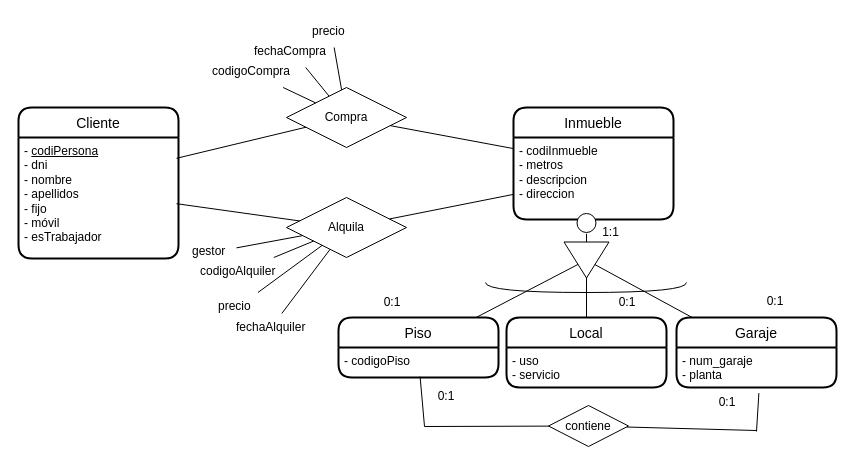
Above: ex18.drawio in JuanMarinG/TA12_MYSQL (draw.io), before the change. Source tidied: cells renumbered, new cells numbered last; positions are measured from the earlier drawing's top-left corner, leaving out a move shared by most shapes. Both pictures are drawn from the tidied source at 100%, with x=0, y=0 at pixel (18, 17).
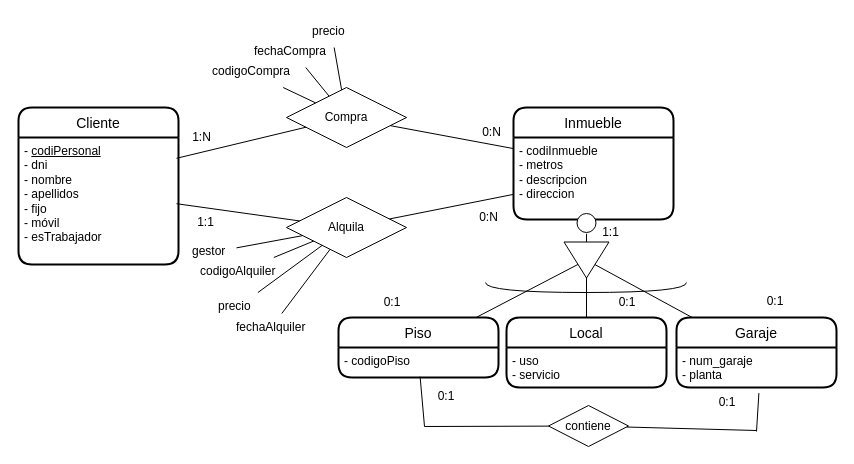
Above is the later version.

The edit, as a diff of the source:
```diff
@@
     <mxCell id="2" value="Cliente" style="swimlane;horizontal=1;startSize=30;rounded=1;fontSize=14;fontStyle=0;strokeWidth=2;shadow=0;align=center;fillStyle=auto;gradientColor=none;swimlaneFillColor=none;fillColor=default;sketch=0;glass=0;swimlaneLine=1;perimeterSpacing=0;" parent="1" vertex="1">
-      <mxGeometry y="90" width="160" height="151" as="geometry" />
+      <mxGeometry y="90" width="160" height="157" as="geometry" />
     </mxCell>
-    <mxCell id="3" value="- &lt;u&gt;codiPersona&lt;br&gt;&lt;/u&gt;- dni&lt;br&gt;- nombre&lt;br&gt;- apellidos&lt;br&gt;- fijo&lt;br&gt;&lt;div&gt;- móvil&lt;/div&gt;&lt;div&gt;- esTrabajador&lt;/div&gt;&lt;div&gt;&lt;br&gt;&lt;/div&gt;" style="text;html=1;align=left;verticalAlign=top;strokeColor=none;fillColor=none;spacingLeft=4;" parent="2" vertex="1">
+    <mxCell id="3" value="- &lt;u&gt;codiPersonal&lt;br&gt;&lt;/u&gt;- dni&lt;br&gt;- nombre&lt;br&gt;- apellidos&lt;br&gt;- fijo&lt;br&gt;&lt;div&gt;- móvil&lt;/div&gt;&lt;div&gt;- esTrabajador&lt;/div&gt;&lt;div&gt;&lt;br&gt;&lt;/div&gt;" style="text;html=1;align=left;verticalAlign=top;strokeColor=none;fillColor=none;spacingLeft=4;" parent="2" vertex="1">
       <mxGeometry y="30" width="160" height="127" as="geometry" />
     </mxCell>
     <mxCell id="4" value="&lt;br&gt;" style="text;html=1;align=left;verticalAlign=top;strokeColor=none;fillColor=none;spacingLeft=4;" parent="2" vertex="1">
-      <mxGeometry y="157" width="160" height="-6" as="geometry" />
+      <mxGeometry y="157" width="160" as="geometry" />
     </mxCell>
@@
+    <mxCell id="52" value="0:N" style="text;html=1;align=center;verticalAlign=middle;strokeColor=none;fillColor=none;" parent="1" vertex="1">
+      <mxGeometry x="454" y="102" width="37" height="26" as="geometry" />
+    </mxCell>
+    <mxCell id="53" value="1:N" style="text;html=1;align=center;verticalAlign=middle;strokeColor=none;fillColor=none;" parent="1" vertex="1">
+      <mxGeometry x="164" y="107" width="37" height="26" as="geometry" />
+    </mxCell>
+    <mxCell id="54" value="0:N" style="text;html=1;align=center;verticalAlign=middle;strokeColor=none;fillColor=none;" parent="1" vertex="1">
+      <mxGeometry x="451" y="187" width="37" height="26" as="geometry" />
+    </mxCell>
+    <mxCell id="55" value="1:1" style="text;html=1;align=center;verticalAlign=middle;strokeColor=none;fillColor=none;" parent="1" vertex="1">
+      <mxGeometry x="169" y="192" width="35" height="26" as="geometry" />
+    </mxCell>
```
